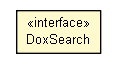
Earlier version of the Graphviz export doxdb-core/apidocs/net/trajano/doxdb/ext/DoxSearch.png (trajano/doxdb). Its source is kept beside it as doxdb-core/apidocs/net/trajano/doxdb/ext/DoxSearch.dot. The source it was exported from:
```dot

digraph G {
	edge [fontname="arial",fontsize=10,labelfontname="arial",labelfontsize=10];
	node [fontname="arial",fontsize=10,shape=plaintext];
	nodesep=0.25;
	ranksep=0.5;
	c330 [label=<<table title="net.trajano.doxdb.ext.DoxSearch" border="0" cellborder="1" cellspacing="0" cellpadding="2" port="p" bgcolor="lemonChiffon" href="./DoxSearch.html">
		<tr><td><table border="0" cellspacing="0" cellpadding="1">
<tr><td align="center" balign="center"> &#171;interface&#187; </td></tr>
<tr><td align="center" balign="center"> DoxSearch </td></tr>
		</table></td></tr>
		</table>>, URL="./DoxSearch.html", fontname="arial", fontcolor="black", fontsize=10.0];
}
```
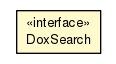
Later version of the same file.

Change to the diagram source:
```diff
@@ -1,13 +1,13 @@
 
 digraph G {
-	edge [fontname="arial",fontsize=10,labelfontname="arial",labelfontsize=10];
-	node [fontname="arial",fontsize=10,shape=plaintext];
+	edge [fontname="Helvetica",fontsize=10,labelfontname="Helvetica",labelfontsize=10];
+	node [fontname="Helvetica",fontsize=10,shape=plaintext];
 	nodesep=0.25;
 	ranksep=0.5;
-	c330 [label=<<table title="net.trajano.doxdb.ext.DoxSearch" border="0" cellborder="1" cellspacing="0" cellpadding="2" port="p" bgcolor="lemonChiffon" href="./DoxSearch.html">
+	c331 [label=<<table title="net.trajano.doxdb.ext.DoxSearch" border="0" cellborder="1" cellspacing="0" cellpadding="2" port="p" bgcolor="lemonChiffon" href="./DoxSearch.html">
 		<tr><td><table border="0" cellspacing="0" cellpadding="1">
 <tr><td align="center" balign="center"> &#171;interface&#187; </td></tr>
 <tr><td align="center" balign="center"> DoxSearch </td></tr>
 		</table></td></tr>
-		</table>>, URL="./DoxSearch.html", fontname="arial", fontcolor="black", fontsize=10.0];
+		</table>>, URL="./DoxSearch.html", fontname="Helvetica", fontcolor="black", fontsize=10.0];
 }
```
